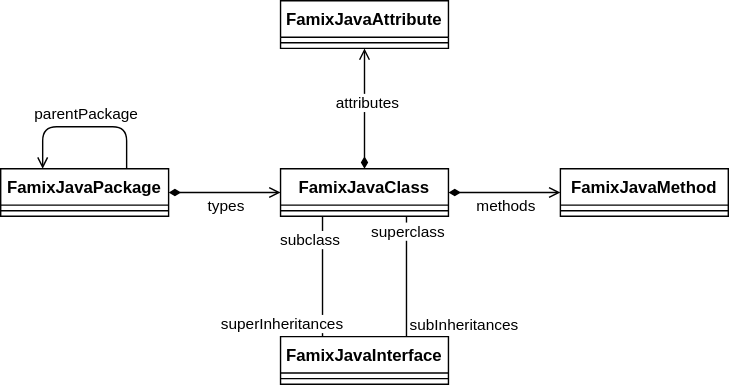
Above: moose-wiki/Users/famix-java/img/class-neighborhood.drawio.svg in moosetechnology/moosetechnology.github.io (draw.io), before the change. Source tidied: cells renumbered, new cells last; positions are measured from the earlier drawing's top-left corner, leaving out a move shared by most shapes. Its diagram source:
```xml
<mxGraphModel background="#ffffff">
  <root>
    <mxCell id="0" />
    <mxCell id="1" parent="0" />
    <mxCell id="2" style="edgeStyle=none;hachureGap=4;html=1;exitX=0.5;exitY=0;exitDx=0;exitDy=0;entryX=0.5;entryY=1;entryDx=0;entryDy=0;fontFamily=Architects Daughter;fontSource=https%3A%2F%2Ffonts.googleapis.com%2Fcss%3Ffamily%3DArchitects%2BDaughter;fontSize=16;endArrow=open;endFill=0;startArrow=diamondThin;startFill=1;" parent="1" edge="1" source="12" target="18">
      <mxGeometry relative="1" as="geometry" />
    </mxCell>
    <mxCell id="3" value="attributes" style="edgeLabel;html=1;align=center;verticalAlign=middle;" parent="2" vertex="1">
      <mxGeometry x="0.11" y="-1" relative="1" as="geometry" />
    </mxCell>
    <mxCell id="4" style="edgeStyle=none;html=1;exitX=0.25;exitY=1;exitDx=0;exitDy=0;entryX=0.25;entryY=0;entryDx=0;entryDy=0;endArrow=none;endFill=0;" parent="1" edge="1" source="12" target="14">
      <mxGeometry relative="1" as="geometry" />
    </mxCell>
    <mxCell id="5" value="subclass" style="edgeLabel;html=1;align=center;verticalAlign=middle;" parent="4" vertex="1">
      <mxGeometry x="-0.81" relative="1" as="geometry">
        <mxPoint x="-10" y="8" as="offset" />
      </mxGeometry>
    </mxCell>
    <mxCell id="6" value="superInheritances" style="edgeLabel;html=1;align=center;verticalAlign=middle;" parent="4" vertex="1">
      <mxGeometry x="0.79" y="1" relative="1" as="geometry">
        <mxPoint x="-31" y="-1" as="offset" />
      </mxGeometry>
    </mxCell>
    <mxCell id="7" style="edgeStyle=none;html=1;exitX=0.75;exitY=1;exitDx=0;exitDy=0;entryX=0.75;entryY=0;entryDx=0;entryDy=0;endArrow=none;endFill=0;" parent="1" edge="1" source="12" target="14">
      <mxGeometry relative="1" as="geometry" />
    </mxCell>
    <mxCell id="8" value="superclass" style="edgeLabel;html=1;align=center;verticalAlign=middle;" parent="7" vertex="1">
      <mxGeometry x="-0.77" relative="1" as="geometry" />
    </mxCell>
    <mxCell id="9" value="subInheritances" style="edgeLabel;html=1;align=center;verticalAlign=middle;" parent="7" vertex="1">
      <mxGeometry x="0.79" y="-1" relative="1" as="geometry">
        <mxPoint x="41" as="offset" />
      </mxGeometry>
    </mxCell>
    <mxCell id="10" style="edgeStyle=none;html=1;exitX=1;exitY=0.5;exitDx=0;exitDy=0;entryX=0;entryY=0.5;entryDx=0;entryDy=0;endArrow=open;endFill=0;startArrow=diamondThin;startFill=1;" parent="1" edge="1" source="12" target="16">
      <mxGeometry relative="1" as="geometry" />
    </mxCell>
    <mxCell id="11" value="methods" style="edgeLabel;html=1;align=center;verticalAlign=middle;" parent="10" vertex="1">
      <mxGeometry x="0.15" relative="1" as="geometry">
        <mxPoint x="-6" y="9" as="offset" />
      </mxGeometry>
    </mxCell>
    <mxCell id="12" value="FamixJavaClass" style="swimlane;fontStyle=1;align=center;verticalAlign=top;horizontal=1;startSize=26;" parent="1" vertex="1">
      <mxGeometry x="200" y="120" width="120" height="34" as="geometry" />
    </mxCell>
    <mxCell id="13" style="line;strokeWidth=1;fillColor=none;align=left;verticalAlign=middle;spacingTop=-1;spacingLeft=3;spacingRight=3;labelPosition=right;strokeColor=inherit;" parent="12" vertex="1">
      <mxGeometry y="26" width="120" height="8" as="geometry" />
    </mxCell>
    <mxCell id="14" value="FamixJavaInterface" style="swimlane;fontStyle=1;align=center;verticalAlign=top;horizontal=1;startSize=26;" parent="1" vertex="1">
      <mxGeometry x="200" y="240" width="120" height="34" as="geometry" />
    </mxCell>
    <mxCell id="15" style="line;strokeWidth=1;fillColor=none;align=left;verticalAlign=middle;spacingTop=-1;spacingLeft=3;spacingRight=3;labelPosition=right;strokeColor=inherit;" parent="14" vertex="1">
      <mxGeometry y="26" width="120" height="8" as="geometry" />
    </mxCell>
    <mxCell id="16" value="FamixJavaMethod" style="swimlane;fontStyle=1;align=center;verticalAlign=top;horizontal=1;startSize=26;" parent="1" vertex="1">
      <mxGeometry x="400" y="120" width="120" height="34" as="geometry" />
    </mxCell>
    <mxCell id="17" style="line;strokeWidth=1;fillColor=none;align=left;verticalAlign=middle;spacingTop=-1;spacingLeft=3;spacingRight=3;labelPosition=right;strokeColor=inherit;" parent="16" vertex="1">
      <mxGeometry y="26" width="120" height="8" as="geometry" />
    </mxCell>
    <mxCell id="18" value="FamixJavaAttribute" style="swimlane;fontStyle=1;align=center;verticalAlign=top;horizontal=1;startSize=26;" parent="1" vertex="1">
      <mxGeometry x="200" width="120" height="34" as="geometry" />
    </mxCell>
    <mxCell id="19" style="line;strokeWidth=1;fillColor=none;align=left;verticalAlign=middle;spacingTop=-1;spacingLeft=3;spacingRight=3;labelPosition=right;strokeColor=inherit;" parent="18" vertex="1">
      <mxGeometry y="26" width="120" height="8" as="geometry" />
    </mxCell>
    <mxCell id="20" style="edgeStyle=elbowEdgeStyle;html=1;entryX=0;entryY=0.5;entryDx=0;entryDy=0;endArrow=open;endFill=0;startArrow=diamondThin;startFill=1;" parent="1" edge="1" source="22" target="12">
      <mxGeometry relative="1" as="geometry" />
    </mxCell>
    <mxCell id="21" value="types" style="edgeLabel;html=1;align=center;verticalAlign=middle;" parent="20" vertex="1">
      <mxGeometry x="-0.16" y="2" relative="1" as="geometry">
        <mxPoint x="7" y="11" as="offset" />
      </mxGeometry>
    </mxCell>
    <mxCell id="22" value="FamixJavaPackage" style="swimlane;fontStyle=1;align=center;verticalAlign=top;horizontal=1;startSize=26;" parent="1" vertex="1">
      <mxGeometry y="120" width="120" height="34" as="geometry" />
    </mxCell>
    <mxCell id="23" style="line;strokeWidth=1;fillColor=none;align=left;verticalAlign=middle;spacingTop=-1;spacingLeft=3;spacingRight=3;labelPosition=right;strokeColor=inherit;" parent="22" vertex="1">
      <mxGeometry y="26" width="120" height="8" as="geometry" />
    </mxCell>
    <mxCell id="24" style="edgeStyle=elbowEdgeStyle;html=1;exitX=0.75;exitY=0;exitDx=0;exitDy=0;entryX=0.25;entryY=0;entryDx=0;entryDy=0;endArrow=open;endFill=0;" parent="1" edge="1" source="22" target="22">
      <mxGeometry relative="1" as="geometry">
        <Array as="points">
          <mxPoint x="80" y="90" />
          <mxPoint x="30" y="90" />
        </Array>
      </mxGeometry>
    </mxCell>
    <mxCell id="25" value="parentPackage" style="edgeLabel;html=1;align=center;verticalAlign=middle;" parent="24" vertex="1">
      <mxGeometry x="-0.12" relative="1" as="geometry">
        <mxPoint x="-7" y="-10" as="offset" />
      </mxGeometry>
    </mxCell>
  </root>
</mxGraphModel>
```
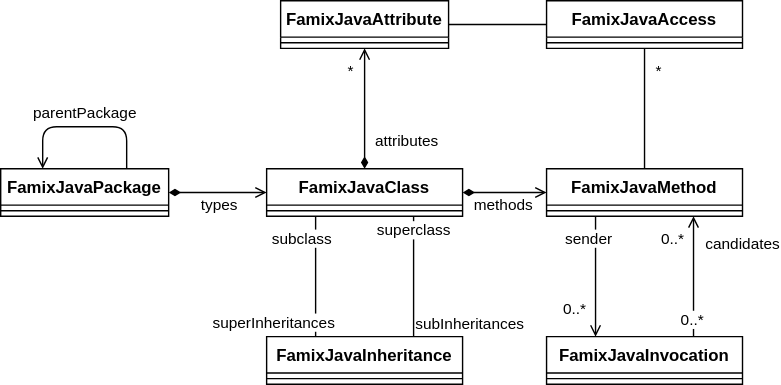
The same diagram one commit later.

Change to the diagram source:
```diff
@@ -6,8 +6,15 @@
       <mxGeometry relative="1" as="geometry" />
     </mxCell>
     <mxCell id="3" value="attributes" style="edgeLabel;html=1;align=center;verticalAlign=middle;" parent="2" vertex="1">
-      <mxGeometry x="0.11" y="-1" relative="1" as="geometry" />
+      <mxGeometry x="0.11" y="-1" relative="1" as="geometry">
+        <mxPoint x="29" y="28" as="offset" />
+      </mxGeometry>
     </mxCell>
+    <mxCell id="26" value="*" style="edgeLabel;html=1;align=center;verticalAlign=middle;" parent="2" vertex="1">
+      <mxGeometry x="0.69" y="3" relative="1" as="geometry">
+        <mxPoint x="-7" y="3" as="offset" />
+      </mxGeometry>
+    </mxCell>
     <mxCell id="4" style="edgeStyle=none;html=1;exitX=0.25;exitY=1;exitDx=0;exitDy=0;entryX=0.25;entryY=0;entryDx=0;entryDy=0;endArrow=none;endFill=0;" parent="1" edge="1" source="12" target="14">
       <mxGeometry relative="1" as="geometry" />
     </mxCell>
@@ -41,25 +48,65 @@
       </mxGeometry>
     </mxCell>
     <mxCell id="12" value="FamixJavaClass" style="swimlane;fontStyle=1;align=center;verticalAlign=top;horizontal=1;startSize=26;" parent="1" vertex="1">
-      <mxGeometry x="200" y="120" width="120" height="34" as="geometry" />
+      <mxGeometry x="200" y="120" width="140" height="34" as="geometry" />
     </mxCell>
     <mxCell id="13" style="line;strokeWidth=1;fillColor=none;align=left;verticalAlign=middle;spacingTop=-1;spacingLeft=3;spacingRight=3;labelPosition=right;strokeColor=inherit;" parent="12" vertex="1">
-      <mxGeometry y="26" width="120" height="8" as="geometry" />
+      <mxGeometry y="26" width="140" height="8" as="geometry" />
     </mxCell>
-    <mxCell id="14" value="FamixJavaInterface" style="swimlane;fontStyle=1;align=center;verticalAlign=top;horizontal=1;startSize=26;" parent="1" vertex="1">
-      <mxGeometry x="200" y="240" width="120" height="34" as="geometry" />
+    <mxCell id="14" value="FamixJavaInheritance" style="swimlane;fontStyle=1;align=center;verticalAlign=top;horizontal=1;startSize=26;" parent="1" vertex="1">
+      <mxGeometry x="200" y="240" width="140" height="34" as="geometry" />
     </mxCell>
     <mxCell id="15" style="line;strokeWidth=1;fillColor=none;align=left;verticalAlign=middle;spacingTop=-1;spacingLeft=3;spacingRight=3;labelPosition=right;strokeColor=inherit;" parent="14" vertex="1">
-      <mxGeometry y="26" width="120" height="8" as="geometry" />
+      <mxGeometry y="26" width="140" height="8" as="geometry" />
     </mxCell>
+    <mxCell id="27" style="edgeStyle=none;html=1;entryX=0.25;entryY=0;entryDx=0;entryDy=0;exitX=0.25;exitY=1;exitDx=0;exitDy=0;endArrow=open;endFill=0;" parent="1" edge="1" source="16" target="37">
+      <mxGeometry relative="1" as="geometry" />
+    </mxCell>
+    <mxCell id="28" value="sender" style="edgeLabel;html=1;align=center;verticalAlign=middle;" parent="27" vertex="1">
+      <mxGeometry x="-0.84" y="-1" relative="1" as="geometry">
+        <mxPoint x="-4" y="9" as="offset" />
+      </mxGeometry>
+    </mxCell>
+    <mxCell id="29" value="0..*" style="edgeLabel;html=1;align=center;verticalAlign=middle;" parent="27" vertex="1">
+      <mxGeometry x="0.65" y="-1" relative="1" as="geometry">
+        <mxPoint x="-14" y="-5" as="offset" />
+      </mxGeometry>
+    </mxCell>
+    <mxCell id="30" style="edgeStyle=none;html=1;entryX=0.75;entryY=0;entryDx=0;entryDy=0;exitX=0.75;exitY=1;exitDx=0;exitDy=0;startArrow=open;startFill=0;endArrow=none;endFill=0;" parent="1" edge="1" source="16" target="37">
+      <mxGeometry relative="1" as="geometry" />
+    </mxCell>
+    <mxCell id="31" value="0..*" style="edgeLabel;html=1;align=center;verticalAlign=middle;" parent="30" vertex="1">
+      <mxGeometry x="-0.71" y="-1" relative="1" as="geometry">
+        <mxPoint x="-14" y="3" as="offset" />
+      </mxGeometry>
+    </mxCell>
+    <mxCell id="32" value="candidates" style="edgeLabel;html=1;align=center;verticalAlign=middle;" parent="30" vertex="1">
+      <mxGeometry x="-0.53" y="1" relative="1" as="geometry">
+        <mxPoint x="34" as="offset" />
+      </mxGeometry>
+    </mxCell>
+    <mxCell id="33" value="0..*" style="edgeLabel;html=1;align=center;verticalAlign=middle;" parent="30" vertex="1">
+      <mxGeometry x="0.71" y="-1" relative="1" as="geometry" />
+    </mxCell>
+    <mxCell id="34" style="edgeStyle=none;html=1;entryX=0.5;entryY=1;entryDx=0;entryDy=0;startArrow=none;startFill=0;endArrow=none;endFill=0;" parent="1" edge="1" source="16" target="39">
+      <mxGeometry relative="1" as="geometry" />
+    </mxCell>
+    <mxCell id="35" value="*" style="edgeLabel;html=1;align=center;verticalAlign=middle;" parent="34" vertex="1">
+      <mxGeometry x="0.71" y="1" relative="1" as="geometry">
+        <mxPoint x="11" y="3" as="offset" />
+      </mxGeometry>
+    </mxCell>
     <mxCell id="16" value="FamixJavaMethod" style="swimlane;fontStyle=1;align=center;verticalAlign=top;horizontal=1;startSize=26;" parent="1" vertex="1">
-      <mxGeometry x="400" y="120" width="120" height="34" as="geometry" />
+      <mxGeometry x="400" y="120" width="140" height="34" as="geometry" />
     </mxCell>
     <mxCell id="17" style="line;strokeWidth=1;fillColor=none;align=left;verticalAlign=middle;spacingTop=-1;spacingLeft=3;spacingRight=3;labelPosition=right;strokeColor=inherit;" parent="16" vertex="1">
-      <mxGeometry y="26" width="120" height="8" as="geometry" />
+      <mxGeometry y="26" width="140" height="8" as="geometry" />
     </mxCell>
+    <mxCell id="36" style="edgeStyle=none;html=1;entryX=0;entryY=0.5;entryDx=0;entryDy=0;startArrow=none;startFill=0;endArrow=none;endFill=0;" parent="1" edge="1" source="18" target="39">
+      <mxGeometry relative="1" as="geometry" />
+    </mxCell>
     <mxCell id="18" value="FamixJavaAttribute" style="swimlane;fontStyle=1;align=center;verticalAlign=top;horizontal=1;startSize=26;" parent="1" vertex="1">
-      <mxGeometry x="200" width="120" height="34" as="geometry" />
+      <mxGeometry x="210" width="120" height="34" as="geometry" />
     </mxCell>
     <mxCell id="19" style="line;strokeWidth=1;fillColor=none;align=left;verticalAlign=middle;spacingTop=-1;spacingLeft=3;spacingRight=3;labelPosition=right;strokeColor=inherit;" parent="18" vertex="1">
       <mxGeometry y="26" width="120" height="8" as="geometry" />
@@ -73,7 +120,7 @@
       </mxGeometry>
     </mxCell>
     <mxCell id="22" value="FamixJavaPackage" style="swimlane;fontStyle=1;align=center;verticalAlign=top;horizontal=1;startSize=26;" parent="1" vertex="1">
-      <mxGeometry y="120" width="120" height="34" as="geometry" />
+      <mxGeometry x="10" y="120" width="120" height="34" as="geometry" />
     </mxCell>
     <mxCell id="23" style="line;strokeWidth=1;fillColor=none;align=left;verticalAlign=middle;spacingTop=-1;spacingLeft=3;spacingRight=3;labelPosition=right;strokeColor=inherit;" parent="22" vertex="1">
       <mxGeometry y="26" width="120" height="8" as="geometry" />
@@ -81,8 +128,8 @@
     <mxCell id="24" style="edgeStyle=elbowEdgeStyle;html=1;exitX=0.75;exitY=0;exitDx=0;exitDy=0;entryX=0.25;entryY=0;entryDx=0;entryDy=0;endArrow=open;endFill=0;" parent="1" edge="1" source="22" target="22">
       <mxGeometry relative="1" as="geometry">
         <Array as="points">
-          <mxPoint x="80" y="90" />
-          <mxPoint x="30" y="90" />
+          <mxPoint x="90" y="90" />
+          <mxPoint x="40" y="90" />
         </Array>
       </mxGeometry>
     </mxCell>
@@ -91,5 +138,17 @@
         <mxPoint x="-7" y="-10" as="offset" />
       </mxGeometry>
     </mxCell>
+    <mxCell id="37" value="FamixJavaInvocation" style="swimlane;fontStyle=1;align=center;verticalAlign=top;horizontal=1;startSize=26;" parent="1" vertex="1">
+      <mxGeometry x="400" y="240" width="140" height="34" as="geometry" />
+    </mxCell>
+    <mxCell id="38" style="line;strokeWidth=1;fillColor=none;align=left;verticalAlign=middle;spacingTop=-1;spacingLeft=3;spacingRight=3;labelPosition=right;strokeColor=inherit;" parent="37" vertex="1">
+      <mxGeometry y="26" width="140" height="8" as="geometry" />
+    </mxCell>
+    <mxCell id="39" value="FamixJavaAccess" style="swimlane;fontStyle=1;align=center;verticalAlign=top;horizontal=1;startSize=26;" parent="1" vertex="1">
+      <mxGeometry x="400" width="140" height="34" as="geometry" />
+    </mxCell>
+    <mxCell id="40" style="line;strokeWidth=1;fillColor=none;align=left;verticalAlign=middle;spacingTop=-1;spacingLeft=3;spacingRight=3;labelPosition=right;strokeColor=inherit;" parent="39" vertex="1">
+      <mxGeometry y="26" width="140" height="8" as="geometry" />
+    </mxCell>
   </root>
 </mxGraphModel>
```
